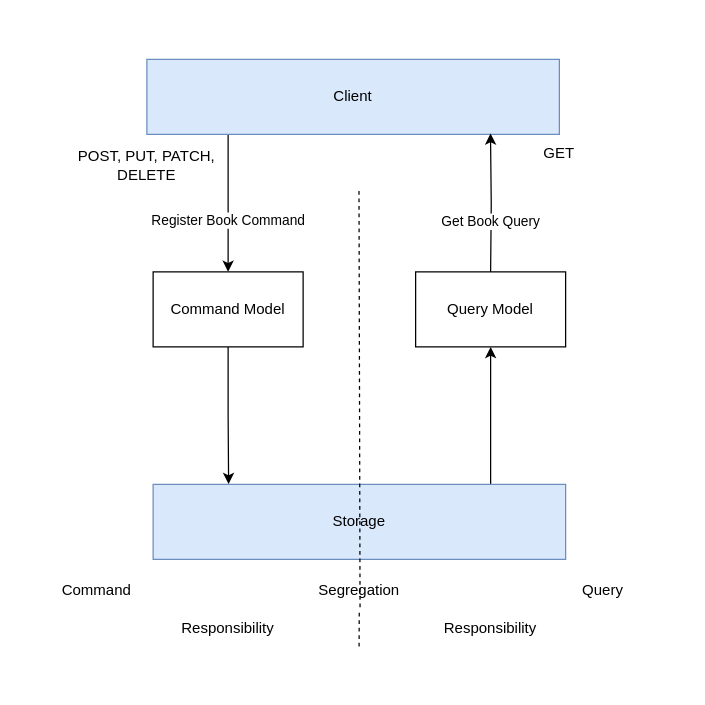
This is page "CQRS" (3 of 3) of doc/drawio/es-cqrs-sample.drawio from byteleaf/es-cqrs-sample, a draw.io file, before an edit. Source tidied: cells renumbered, new cells numbered last; positions are measured from the earlier drawing's top-left corner, leaving out a move shared by most shapes. Both pictures are drawn from the tidied source at 125%, with x=0, y=0 at pixel (21, 21).
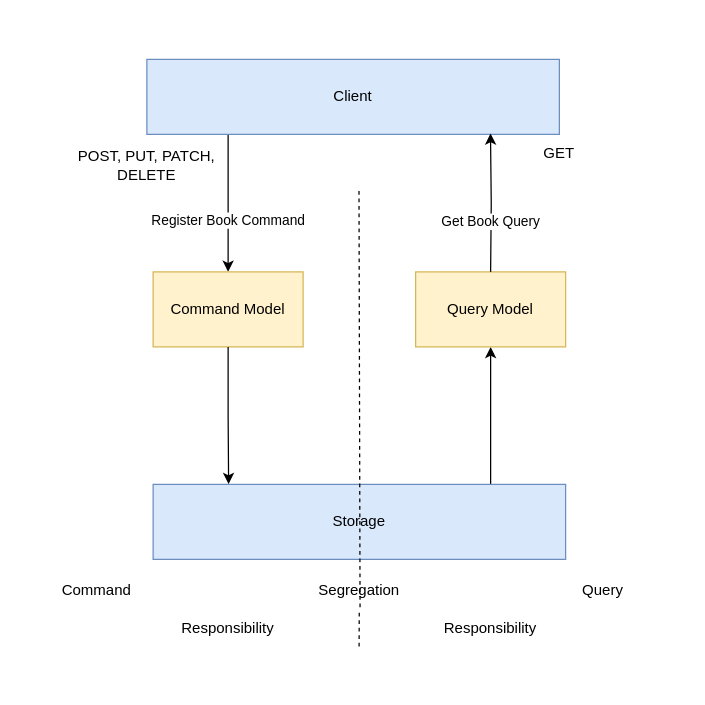
The same page after the edit.

Diff of the diagram source:
```diff
@@
-    <mxCell id="7" value="Command Model" style="rounded=0;whiteSpace=wrap;html=1;" parent="1" vertex="1">
+    <mxCell id="7" value="Command Model" style="rounded=0;whiteSpace=wrap;html=1;fillColor=#fff2cc;strokeColor=#d6b656;" parent="1" vertex="1">
       <mxGeometry x="105" y="200" width="120" height="60" as="geometry" />
     </mxCell>
-    <mxCell id="8" value="Query Model" style="rounded=0;whiteSpace=wrap;html=1;" parent="1" vertex="1">
+    <mxCell id="8" value="Query Model" style="rounded=0;whiteSpace=wrap;html=1;fillColor=#fff2cc;strokeColor=#d6b656;" parent="1" vertex="1">
       <mxGeometry x="315" y="200" width="120" height="60" as="geometry" />
     </mxCell>
```
